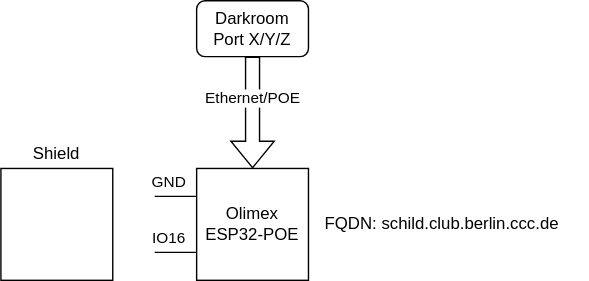
Before: electronics.drawio.svg, a diagram exported from draw.io (cccb/cccb-schild). Source tidied: cells renumbered, new cells last; positions are measured from the earlier drawing's top-left corner, leaving out a move shared by most shapes.
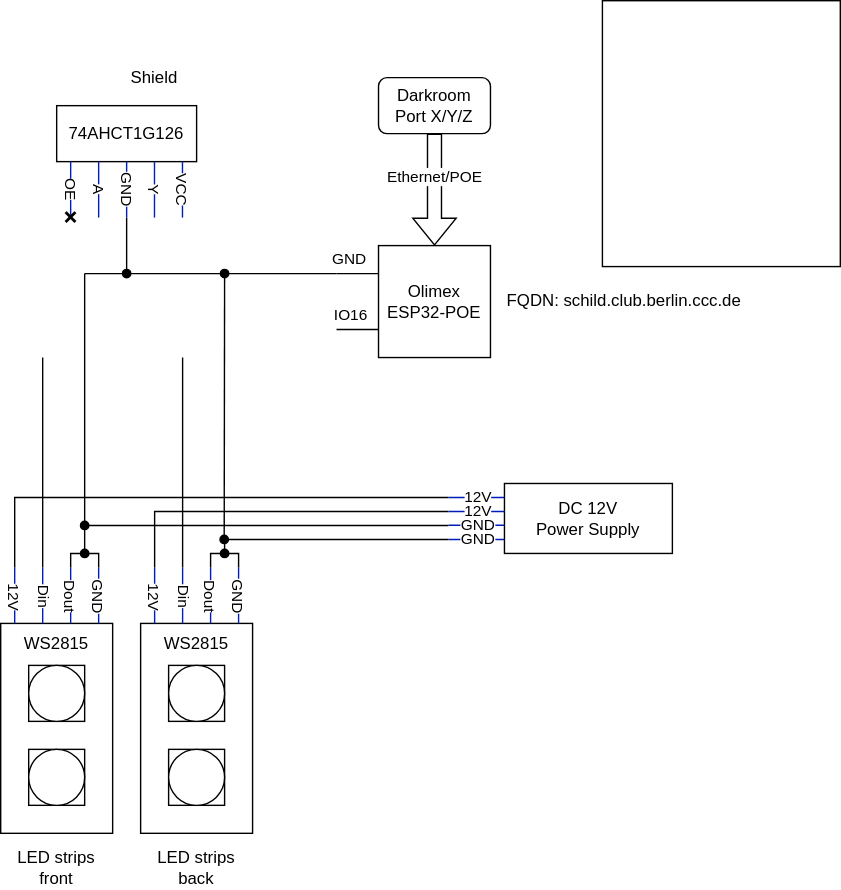
The same diagram one commit later.

Change to the diagram source:
```diff
@@ -2,6 +2,9 @@
   <root>
     <mxCell id="0" />
     <mxCell id="1" parent="0" />
+    <mxCell id="13" style="rounded=0;whiteSpace=wrap;html=1;fillColor=default;" parent="1" vertex="1">
+      <mxGeometry x="300" y="-55" width="170" height="190" as="geometry" />
+    </mxCell>
     <mxCell id="2" value="Olimex&lt;br&gt;ESP32-POE" style="rounded=0;whiteSpace=wrap;html=1;" parent="1" vertex="1">
       <mxGeometry x="140" y="120" width="80" height="80" as="geometry" />
     </mxCell>
@@ -25,11 +28,8 @@
         <mxPoint x="3" y="-8" as="offset" />
       </mxGeometry>
     </mxCell>
-    <mxCell id="7" style="whiteSpace=wrap;html=1;" parent="1" vertex="1">
-      <mxGeometry y="120" width="80" height="80" as="geometry" />
-    </mxCell>
     <mxCell id="8" value="Shield" style="text;html=1;strokeColor=none;fillColor=none;align=center;verticalAlign=middle;whiteSpace=wrap;rounded=0;" parent="1" vertex="1">
-      <mxGeometry x="20" y="100" width="40" height="20" as="geometry" />
+      <mxGeometry x="-40" y="-10" width="40" height="20" as="geometry" />
     </mxCell>
     <mxCell id="9" style="shape=flexArrow;endArrow=classic;html=1;rounded=0;entryX=0.5;entryY=0;entryDx=0;entryDy=0;exitX=0.5;exitY=1;exitDx=0;exitDy=0;" parent="1" edge="1" source="11" target="2">
       <mxGeometry relative="1" as="geometry" />
@@ -45,5 +45,335 @@
     <mxCell id="12" value="FQDN: schild.club.berlin.ccc.de" style="text;html=1;strokeColor=none;fillColor=none;align=left;verticalAlign=middle;whiteSpace=wrap;rounded=0;" parent="1" vertex="1">
       <mxGeometry x="230" y="145" width="190" height="30" as="geometry" />
     </mxCell>
+    <mxCell id="14" style="rounded=0;whiteSpace=wrap;html=1;" parent="1" vertex="1">
+      <mxGeometry x="-130" y="390" width="80" height="150" as="geometry" />
+    </mxCell>
+    <mxCell id="15" style="whiteSpace=wrap;html=1;" parent="1" vertex="1">
+      <mxGeometry x="-110" y="420" width="40" height="40" as="geometry" />
+    </mxCell>
+    <mxCell id="16" style="ellipse;whiteSpace=wrap;html=1;" parent="1" vertex="1">
+      <mxGeometry x="-110" y="420" width="40" height="40" as="geometry" />
+    </mxCell>
+    <mxCell id="17" style="endArrow=none;html=1;rounded=0;fillColor=#0050ef;strokeColor=#001DBC;" parent="1" edge="1">
+      <mxGeometry relative="1" as="geometry">
+        <mxPoint x="-60" y="350" as="sourcePoint" />
+        <mxPoint x="-60" y="390" as="targetPoint" />
+      </mxGeometry>
+    </mxCell>
+    <mxCell id="18" value="GND" style="edgeLabel;html=1;align=center;verticalAlign=middle;rotation=90;" parent="17" vertex="1">
+      <mxGeometry x="-0.6" relative="1" as="geometry">
+        <mxPoint y="12" as="offset" />
+      </mxGeometry>
+    </mxCell>
+    <mxCell id="19" style="endArrow=none;html=1;rounded=0;entryX=0.8;entryY=0;entryDx=0;entryDy=0;entryPerimeter=0;fillColor=#0050ef;strokeColor=#001DBC;" parent="1" edge="1">
+      <mxGeometry relative="1" as="geometry">
+        <mxPoint x="-100" y="350" as="sourcePoint" />
+        <mxPoint x="-100" y="390" as="targetPoint" />
+      </mxGeometry>
+    </mxCell>
+    <mxCell id="20" value="Din" style="edgeLabel;html=1;align=center;verticalAlign=middle;rotation=90;" parent="19" vertex="1">
+      <mxGeometry x="-0.4" y="1" relative="1" as="geometry">
+        <mxPoint y="8" as="offset" />
+      </mxGeometry>
+    </mxCell>
+    <mxCell id="21" style="endArrow=none;html=1;rounded=0;entryX=0.8;entryY=0;entryDx=0;entryDy=0;entryPerimeter=0;fillColor=#0050ef;strokeColor=#001DBC;" parent="1" edge="1">
+      <mxGeometry relative="1" as="geometry">
+        <mxPoint x="-80" y="350" as="sourcePoint" />
+        <mxPoint x="-80" y="390" as="targetPoint" />
+      </mxGeometry>
+    </mxCell>
+    <mxCell id="22" value="Dout" style="edgeLabel;html=1;align=center;verticalAlign=middle;rotation=90;" parent="21" vertex="1">
+      <mxGeometry x="-0.41" y="-1" relative="1" as="geometry">
+        <mxPoint x="1" y="8" as="offset" />
+      </mxGeometry>
+    </mxCell>
+    <mxCell id="23" style="endArrow=none;html=1;rounded=0;entryX=0.8;entryY=0;entryDx=0;entryDy=0;entryPerimeter=0;fillColor=#0050ef;strokeColor=#001DBC;" parent="1" edge="1">
+      <mxGeometry relative="1" as="geometry">
+        <mxPoint x="-120" y="350" as="sourcePoint" />
+        <mxPoint x="-120" y="390" as="targetPoint" />
+      </mxGeometry>
+    </mxCell>
+    <mxCell id="24" value="12V" style="edgeLabel;html=1;align=center;verticalAlign=middle;rotation=90;" parent="23" vertex="1">
+      <mxGeometry x="0.23" relative="1" as="geometry">
+        <mxPoint y="-4" as="offset" />
+      </mxGeometry>
+    </mxCell>
+    <mxCell id="25" style="whiteSpace=wrap;html=1;" parent="1" vertex="1">
+      <mxGeometry x="-110" y="480" width="40" height="40" as="geometry" />
+    </mxCell>
+    <mxCell id="26" style="ellipse;whiteSpace=wrap;html=1;" parent="1" vertex="1">
+      <mxGeometry x="-110" y="480" width="40" height="40" as="geometry" />
+    </mxCell>
+    <mxCell id="27" style="endArrow=none;html=1;rounded=0;" parent="1" edge="1">
+      <mxGeometry relative="1" as="geometry">
+        <mxPoint x="-80" y="350" as="sourcePoint" />
+        <mxPoint x="-60" y="350" as="targetPoint" />
+        <Array as="points">
+          <mxPoint x="-80" y="340" />
+          <mxPoint x="-60" y="340" />
+        </Array>
+      </mxGeometry>
+    </mxCell>
+    <mxCell id="28" value="DC 12V&lt;br&gt;Power Supply" style="rounded=0;whiteSpace=wrap;html=1;" parent="1" vertex="1">
+      <mxGeometry x="230" y="290" width="120" height="50" as="geometry" />
+    </mxCell>
+    <mxCell id="29" style="endArrow=none;html=1;rounded=0;fillColor=#0050ef;strokeColor=#001DBC;" parent="1" edge="1">
+      <mxGeometry relative="1" as="geometry">
+        <mxPoint x="190" y="300" as="sourcePoint" />
+        <mxPoint x="230" y="300" as="targetPoint" />
+      </mxGeometry>
+    </mxCell>
+    <mxCell id="30" value="12V" style="edgeLabel;html=1;align=center;verticalAlign=middle;rotation=0;" parent="29" vertex="1">
+      <mxGeometry x="0.23" relative="1" as="geometry">
+        <mxPoint x="-4" as="offset" />
+      </mxGeometry>
+    </mxCell>
+    <mxCell id="31" style="endArrow=none;html=1;rounded=0;fillColor=#0050ef;strokeColor=#001DBC;" parent="1" edge="1">
+      <mxGeometry relative="1" as="geometry">
+        <mxPoint x="190" y="310" as="sourcePoint" />
+        <mxPoint x="230" y="310" as="targetPoint" />
+      </mxGeometry>
+    </mxCell>
+    <mxCell id="32" value="12V" style="edgeLabel;html=1;align=center;verticalAlign=middle;rotation=0;" parent="31" vertex="1">
+      <mxGeometry x="0.23" relative="1" as="geometry">
+        <mxPoint x="-4" as="offset" />
+      </mxGeometry>
+    </mxCell>
+    <mxCell id="33" style="endArrow=none;html=1;rounded=0;fillColor=#0050ef;strokeColor=#001DBC;" parent="1" edge="1">
+      <mxGeometry relative="1" as="geometry">
+        <mxPoint x="190" y="319.9" as="sourcePoint" />
+        <mxPoint x="230" y="319.9" as="targetPoint" />
+      </mxGeometry>
+    </mxCell>
+    <mxCell id="34" value="GND" style="edgeLabel;html=1;align=center;verticalAlign=middle;rotation=0;" parent="33" vertex="1">
+      <mxGeometry x="0.23" relative="1" as="geometry">
+        <mxPoint x="-4" as="offset" />
+      </mxGeometry>
+    </mxCell>
+    <mxCell id="35" style="endArrow=none;html=1;rounded=0;fillColor=#0050ef;strokeColor=#001DBC;" parent="1" edge="1">
+      <mxGeometry relative="1" as="geometry">
+        <mxPoint x="190" y="330" as="sourcePoint" />
+        <mxPoint x="230" y="330" as="targetPoint" />
+      </mxGeometry>
+    </mxCell>
+    <mxCell id="36" value="GND" style="edgeLabel;html=1;align=center;verticalAlign=middle;rotation=0;" parent="35" vertex="1">
+      <mxGeometry x="0.23" relative="1" as="geometry">
+        <mxPoint x="-4" as="offset" />
+      </mxGeometry>
+    </mxCell>
+    <mxCell id="37" style="endArrow=none;html=1;rounded=0;startArrow=oval;startFill=1;" parent="1" edge="1">
+      <mxGeometry relative="1" as="geometry">
+        <mxPoint x="30" y="340" as="sourcePoint" />
+        <mxPoint x="190" y="330" as="targetPoint" />
+        <Array as="points">
+          <mxPoint x="30" y="330" />
+        </Array>
+      </mxGeometry>
+    </mxCell>
+    <mxCell id="38" style="rounded=0;whiteSpace=wrap;html=1;" parent="1" vertex="1">
+      <mxGeometry x="-30" y="390" width="80" height="150" as="geometry" />
+    </mxCell>
+    <mxCell id="39" style="whiteSpace=wrap;html=1;" parent="1" vertex="1">
+      <mxGeometry x="-10" y="420" width="40" height="40" as="geometry" />
+    </mxCell>
+    <mxCell id="40" style="ellipse;whiteSpace=wrap;html=1;" parent="1" vertex="1">
+      <mxGeometry x="-10" y="420" width="40" height="40" as="geometry" />
+    </mxCell>
+    <mxCell id="41" style="endArrow=none;html=1;rounded=0;fillColor=#0050ef;strokeColor=#001DBC;" parent="1" edge="1">
+      <mxGeometry relative="1" as="geometry">
+        <mxPoint x="40" y="350" as="sourcePoint" />
+        <mxPoint x="40" y="390" as="targetPoint" />
+      </mxGeometry>
+    </mxCell>
+    <mxCell id="42" value="GND" style="edgeLabel;html=1;align=center;verticalAlign=middle;rotation=90;" parent="41" vertex="1">
+      <mxGeometry x="-0.6" relative="1" as="geometry">
+        <mxPoint y="12" as="offset" />
+      </mxGeometry>
+    </mxCell>
+    <mxCell id="43" style="endArrow=none;html=1;rounded=0;entryX=0.8;entryY=0;entryDx=0;entryDy=0;entryPerimeter=0;fillColor=#0050ef;strokeColor=#001DBC;" parent="1" edge="1">
+      <mxGeometry relative="1" as="geometry">
+        <mxPoint y="350" as="sourcePoint" />
+        <mxPoint y="390" as="targetPoint" />
+      </mxGeometry>
+    </mxCell>
+    <mxCell id="44" value="Din" style="edgeLabel;html=1;align=center;verticalAlign=middle;rotation=90;" parent="43" vertex="1">
+      <mxGeometry x="-0.4" y="1" relative="1" as="geometry">
+        <mxPoint y="8" as="offset" />
+      </mxGeometry>
+    </mxCell>
+    <mxCell id="45" style="endArrow=none;html=1;rounded=0;entryX=0.8;entryY=0;entryDx=0;entryDy=0;entryPerimeter=0;fillColor=#0050ef;strokeColor=#001DBC;" parent="1" edge="1">
+      <mxGeometry relative="1" as="geometry">
+        <mxPoint x="20" y="350" as="sourcePoint" />
+        <mxPoint x="20" y="390" as="targetPoint" />
+      </mxGeometry>
+    </mxCell>
+    <mxCell id="46" value="Dout" style="edgeLabel;html=1;align=center;verticalAlign=middle;rotation=90;" parent="45" vertex="1">
+      <mxGeometry x="-0.41" y="-1" relative="1" as="geometry">
+        <mxPoint x="1" y="8" as="offset" />
+      </mxGeometry>
+    </mxCell>
+    <mxCell id="47" style="endArrow=none;html=1;rounded=0;entryX=0.8;entryY=0;entryDx=0;entryDy=0;entryPerimeter=0;fillColor=#0050ef;strokeColor=#001DBC;" parent="1" edge="1">
+      <mxGeometry relative="1" as="geometry">
+        <mxPoint x="-20" y="350" as="sourcePoint" />
+        <mxPoint x="-20" y="390" as="targetPoint" />
+      </mxGeometry>
+    </mxCell>
+    <mxCell id="48" value="12V" style="edgeLabel;html=1;align=center;verticalAlign=middle;rotation=90;" parent="47" vertex="1">
+      <mxGeometry x="0.23" relative="1" as="geometry">
+        <mxPoint y="-4" as="offset" />
+      </mxGeometry>
+    </mxCell>
+    <mxCell id="49" style="whiteSpace=wrap;html=1;" parent="1" vertex="1">
+      <mxGeometry x="-10" y="480" width="40" height="40" as="geometry" />
+    </mxCell>
+    <mxCell id="50" style="ellipse;whiteSpace=wrap;html=1;" parent="1" vertex="1">
+      <mxGeometry x="-10" y="480" width="40" height="40" as="geometry" />
+    </mxCell>
+    <mxCell id="51" style="endArrow=none;html=1;rounded=0;" parent="1" edge="1">
+      <mxGeometry relative="1" as="geometry">
+        <mxPoint x="20" y="350" as="sourcePoint" />
+        <mxPoint x="40" y="350" as="targetPoint" />
+        <Array as="points">
+          <mxPoint x="20" y="340" />
+          <mxPoint x="40" y="340" />
+        </Array>
+      </mxGeometry>
+    </mxCell>
+    <mxCell id="52" style="endArrow=none;html=1;rounded=0;startArrow=oval;startFill=1;" parent="1" edge="1">
+      <mxGeometry relative="1" as="geometry">
+        <mxPoint x="-70" y="340" as="sourcePoint" />
+        <mxPoint x="190" y="320" as="targetPoint" />
+        <Array as="points">
+          <mxPoint x="-70" y="320" />
+        </Array>
+      </mxGeometry>
+    </mxCell>
+    <mxCell id="53" style="endArrow=none;html=1;rounded=0;startArrow=none;startFill=0;" parent="1" edge="1">
+      <mxGeometry relative="1" as="geometry">
+        <mxPoint x="-20" y="350" as="sourcePoint" />
+        <mxPoint x="190" y="310" as="targetPoint" />
+        <Array as="points">
+          <mxPoint x="-20" y="310" />
+        </Array>
+      </mxGeometry>
+    </mxCell>
+    <mxCell id="54" style="endArrow=none;html=1;rounded=0;startArrow=none;startFill=0;" parent="1" edge="1">
+      <mxGeometry relative="1" as="geometry">
+        <mxPoint x="-120" y="350" as="sourcePoint" />
+        <mxPoint x="190" y="300" as="targetPoint" />
+        <Array as="points">
+          <mxPoint x="-120" y="300" />
+        </Array>
+      </mxGeometry>
+    </mxCell>
+    <mxCell id="55" value="LED strips&lt;br&gt;front" style="text;html=1;strokeColor=none;fillColor=none;align=center;verticalAlign=middle;whiteSpace=wrap;rounded=0;" parent="1" vertex="1">
+      <mxGeometry x="-130" y="550" width="80" height="30" as="geometry" />
+    </mxCell>
+    <mxCell id="56" value="LED strips back" style="text;html=1;strokeColor=none;fillColor=none;align=center;verticalAlign=middle;whiteSpace=wrap;rounded=0;" parent="1" vertex="1">
+      <mxGeometry x="-30" y="550" width="80" height="30" as="geometry" />
+    </mxCell>
+    <mxCell id="57" value="WS2815" style="text;html=1;strokeColor=none;fillColor=none;align=center;verticalAlign=middle;whiteSpace=wrap;rounded=0;" parent="1" vertex="1">
+      <mxGeometry x="-120" y="390" width="60" height="30" as="geometry" />
+    </mxCell>
+    <mxCell id="58" value="WS2815" style="text;html=1;strokeColor=none;fillColor=none;align=center;verticalAlign=middle;whiteSpace=wrap;rounded=0;" parent="1" vertex="1">
+      <mxGeometry x="-20" y="390" width="60" height="30" as="geometry" />
+    </mxCell>
+    <mxCell id="59" style="endArrow=none;html=1;rounded=0;startArrow=oval;startFill=1;" parent="1" edge="1">
+      <mxGeometry relative="1" as="geometry">
+        <mxPoint x="-70" y="320" as="sourcePoint" />
+        <mxPoint x="-70" y="140" as="targetPoint" />
+      </mxGeometry>
+    </mxCell>
+    <mxCell id="60" style="endArrow=none;html=1;rounded=0;" parent="1" edge="1">
+      <mxGeometry relative="1" as="geometry">
+        <mxPoint x="-100" y="350" as="sourcePoint" />
+        <mxPoint x="-100" y="200" as="targetPoint" />
+      </mxGeometry>
+    </mxCell>
+    <mxCell id="61" style="endArrow=oval;html=1;rounded=0;startArrow=oval;startFill=1;endFill=1;" parent="1" edge="1">
+      <mxGeometry relative="1" as="geometry">
+        <mxPoint x="29.7" y="330" as="sourcePoint" />
+        <mxPoint x="30" y="140" as="targetPoint" />
+      </mxGeometry>
+    </mxCell>
+    <mxCell id="62" style="endArrow=none;html=1;rounded=0;" parent="1" edge="1">
+      <mxGeometry relative="1" as="geometry">
+        <mxPoint y="350" as="sourcePoint" />
+        <mxPoint y="200" as="targetPoint" />
+      </mxGeometry>
+    </mxCell>
+    <mxCell id="63" value="74AHCT1G126" style="rounded=0;whiteSpace=wrap;html=1;fillColor=default;" parent="1" vertex="1">
+      <mxGeometry x="-90" y="20" width="100" height="40" as="geometry" />
+    </mxCell>
+    <mxCell id="64" style="endArrow=none;html=1;rounded=0;fillColor=#0050ef;strokeColor=#001DBC;" parent="1" edge="1">
+      <mxGeometry relative="1" as="geometry">
+        <mxPoint x="-0.1" y="100" as="sourcePoint" />
+        <mxPoint x="-0.1" y="60" as="targetPoint" />
+      </mxGeometry>
+    </mxCell>
+    <mxCell id="65" value="VCC" style="edgeLabel;html=1;align=center;verticalAlign=middle;rotation=90;" parent="64" vertex="1">
+      <mxGeometry x="0.73" relative="1" as="geometry">
+        <mxPoint y="14" as="offset" />
+      </mxGeometry>
+    </mxCell>
+    <mxCell id="66" style="endArrow=none;html=1;rounded=0;fillColor=#0050ef;strokeColor=#001DBC;" parent="1" edge="1">
+      <mxGeometry relative="1" as="geometry">
+        <mxPoint x="-20.1" y="100" as="sourcePoint" />
+        <mxPoint x="-20.1" y="60" as="targetPoint" />
+      </mxGeometry>
+    </mxCell>
+    <mxCell id="67" value="Y" style="edgeLabel;html=1;align=center;verticalAlign=middle;rotation=90;" parent="66" vertex="1">
+      <mxGeometry x="0.73" relative="1" as="geometry">
+        <mxPoint y="14" as="offset" />
+      </mxGeometry>
+    </mxCell>
+    <mxCell id="68" style="endArrow=none;html=1;rounded=0;fillColor=#0050ef;strokeColor=#001DBC;" parent="1" edge="1">
+      <mxGeometry relative="1" as="geometry">
+        <mxPoint x="-40" y="100" as="sourcePoint" />
+        <mxPoint x="-40" y="60" as="targetPoint" />
+      </mxGeometry>
+    </mxCell>
+    <mxCell id="69" value="GND" style="edgeLabel;html=1;align=center;verticalAlign=middle;rotation=90;" parent="68" vertex="1">
+      <mxGeometry x="0.73" relative="1" as="geometry">
+        <mxPoint y="14" as="offset" />
+      </mxGeometry>
+    </mxCell>
+    <mxCell id="70" style="endArrow=none;html=1;rounded=0;fillColor=#0050ef;strokeColor=#001DBC;" parent="1" edge="1">
+      <mxGeometry relative="1" as="geometry">
+        <mxPoint x="-60" y="100" as="sourcePoint" />
+        <mxPoint x="-60" y="60" as="targetPoint" />
+      </mxGeometry>
+    </mxCell>
+    <mxCell id="71" value="A" style="edgeLabel;html=1;align=center;verticalAlign=middle;rotation=90;" parent="70" vertex="1">
+      <mxGeometry x="0.73" relative="1" as="geometry">
+        <mxPoint y="14" as="offset" />
+      </mxGeometry>
+    </mxCell>
+    <mxCell id="72" style="endArrow=none;html=1;rounded=0;fillColor=#0050ef;strokeColor=#001DBC;" parent="1" edge="1">
+      <mxGeometry relative="1" as="geometry">
+        <mxPoint x="-80" y="100" as="sourcePoint" />
+        <mxPoint x="-80" y="60" as="targetPoint" />
+      </mxGeometry>
+    </mxCell>
+    <mxCell id="73" value="OE" style="edgeLabel;html=1;align=center;verticalAlign=middle;rotation=90;" parent="72" vertex="1">
+      <mxGeometry x="0.73" relative="1" as="geometry">
+        <mxPoint y="14" as="offset" />
+      </mxGeometry>
+    </mxCell>
+    <mxCell id="74" value="❌" style="text;html=1;strokeColor=none;fillColor=none;align=center;verticalAlign=middle;whiteSpace=wrap;rounded=0;" parent="1" vertex="1">
+      <mxGeometry x="-90" y="90" width="20" height="20" as="geometry" />
+    </mxCell>
+    <mxCell id="75" style="endArrow=none;html=1;rounded=0;startArrow=oval;startFill=1;" parent="1" edge="1">
+      <mxGeometry relative="1" as="geometry">
+        <mxPoint x="-40" y="140" as="sourcePoint" />
+        <mxPoint x="-40" y="100" as="targetPoint" />
+      </mxGeometry>
+    </mxCell>
+    <mxCell id="76" style="endArrow=none;html=1;rounded=0;" parent="1" edge="1">
+      <mxGeometry relative="1" as="geometry">
+        <mxPoint x="-70" y="140" as="sourcePoint" />
+        <mxPoint x="110" y="140" as="targetPoint" />
+      </mxGeometry>
+    </mxCell>
   </root>
 </mxGraphModel>
```
